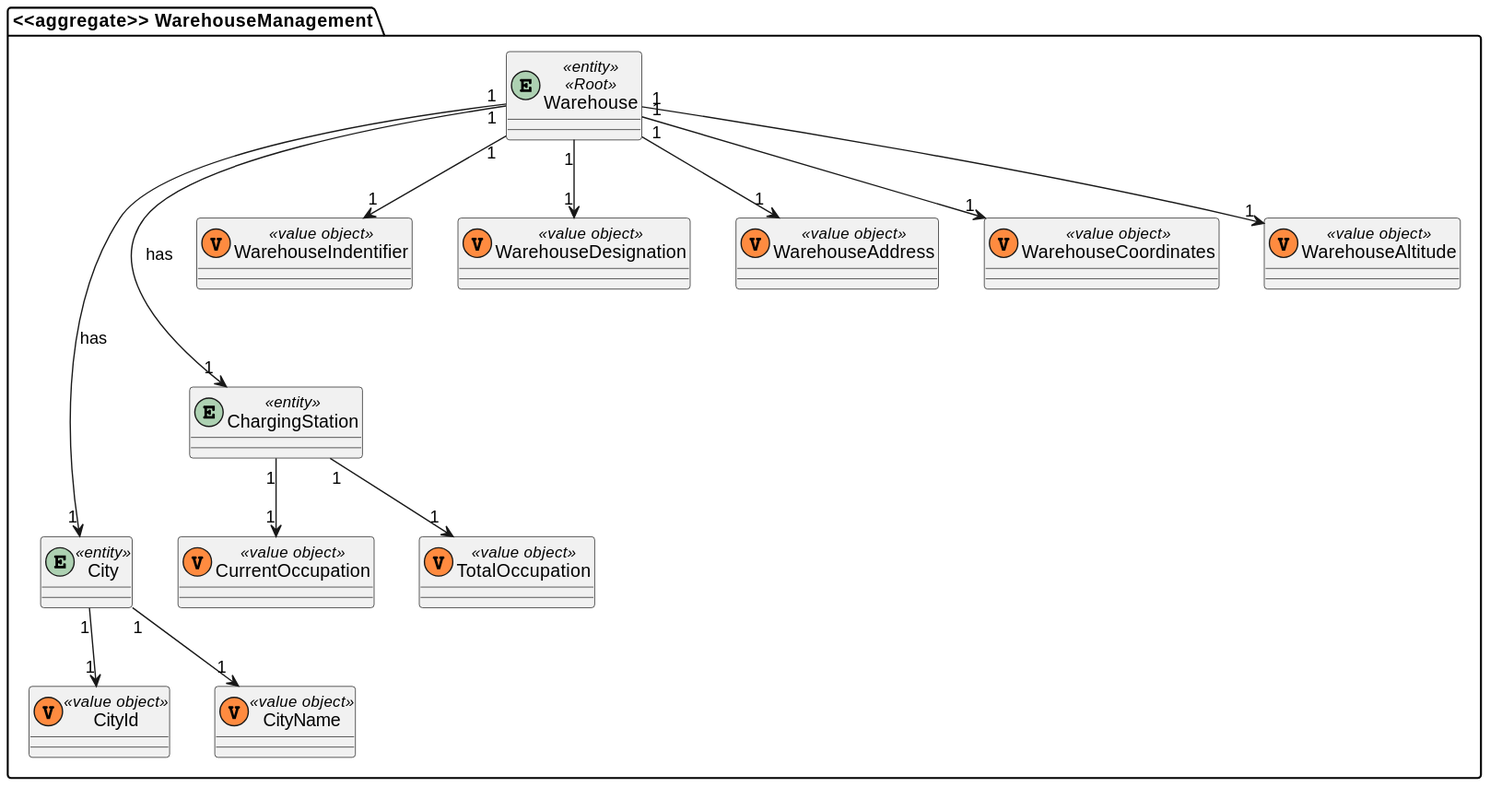
The PlantUML diagram Documents/1200720/US3.3.1-4.f/resources/DM_US3111a.svg in 0franciscor/dei_3dj_057, before a commit.
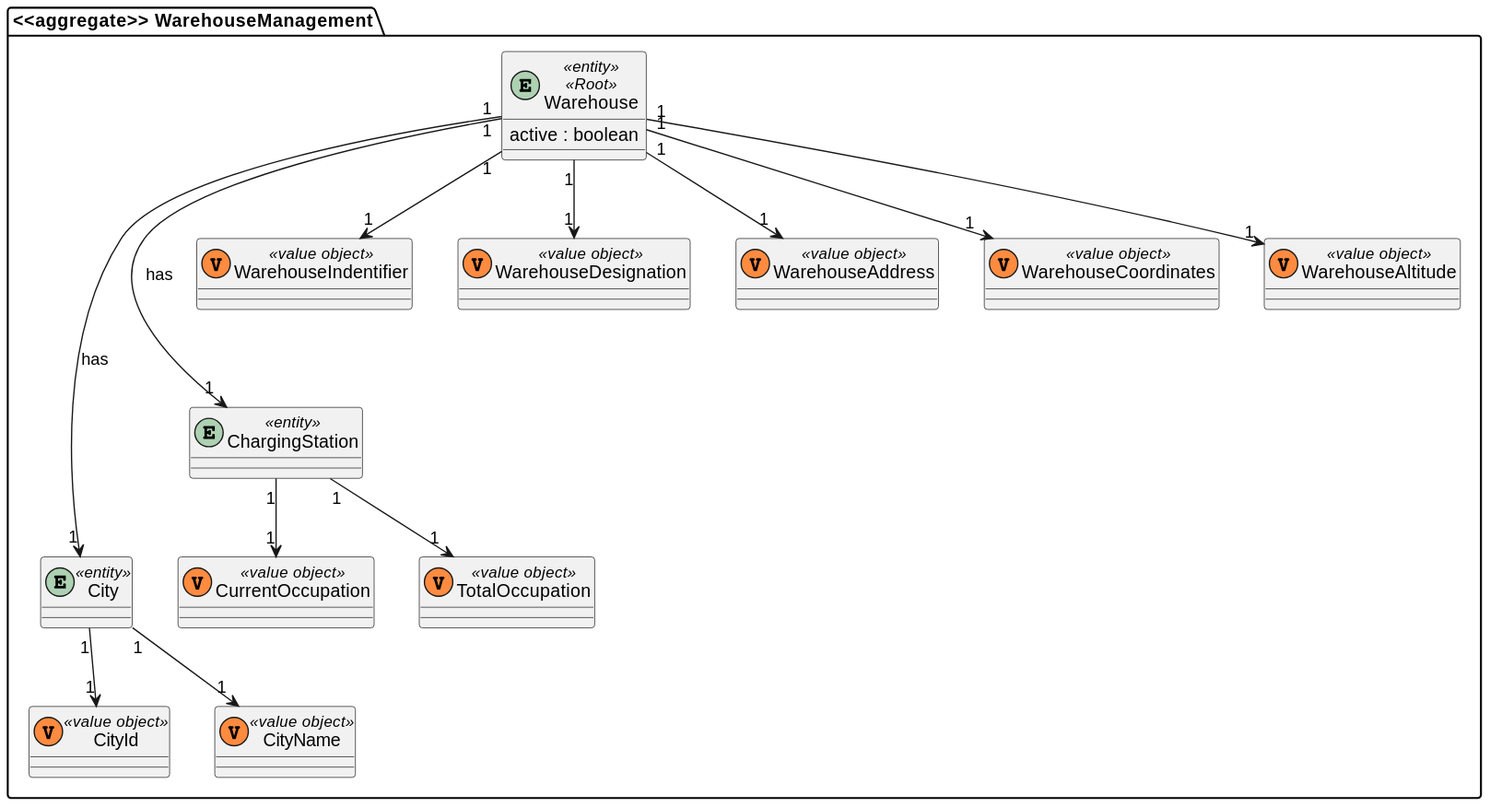
The same diagram one commit later.

The edit, as a diff of the source:
```diff
@@ -19,7 +19,9 @@
 }
 
 
-entity Warehouse <<entity>> <<Root>>
+entity Warehouse <<entity>> <<Root>>{
+  active : boolean
+}
 class WarehouseIndentifier <<(V,#FF8B40) value object>>
 class WarehouseDesignation <<(V,#FF8B40) value object>>
 class WarehouseAddress <<(V,#FF8B40) value object>>
```
